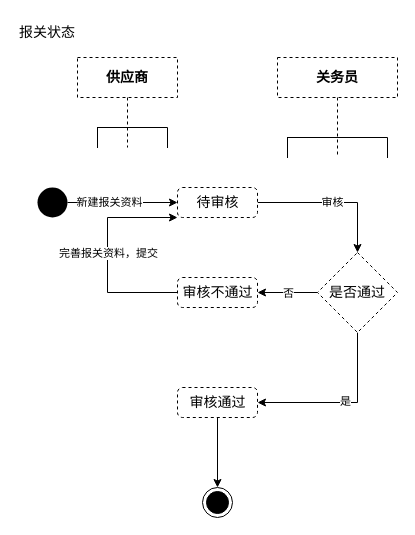
This is page "报关资料状态" (8 of 10) of shrine-doc/进区预约系统.drawio from easefulfil/CLOUDCARE, a draw.io file, before an edit. Source tidied: cells renumbered, new cells numbered last; positions are measured from the earlier drawing's top-left corner, leaving out a move shared by most shapes. Both pictures are drawn from the tidied source at 100%, with x=0, y=0 at pixel (17, 17).
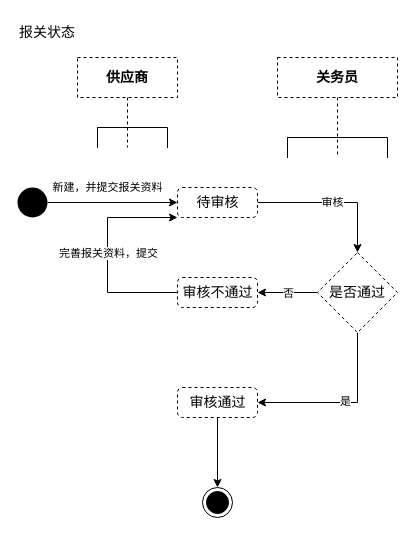
Above is the later version.

The change refers to these unchanged cells:
```xml
<mxCell id="3" value="待审核" style="html=1;align=center;verticalAlign=top;rounded=1;absoluteArcSize=1;arcSize=10;dashed=1;fontSize=14;" parent="1" vertex="1">
  <mxGeometry x="160" y="170" width="80" height="30" as="geometry" />
</mxCell>
```

Change to the diagram source:
```diff
@@
-    <mxCell id="10" value="新建报关资料" style="edgeStyle=orthogonalEdgeStyle;rounded=0;jettySize=auto;html=1;" parent="1" edge="1" source="11" target="3">
-      <mxGeometry x="-0.23" relative="1" as="geometry" />
+    <mxCell id="10" value="新建，并提交报关资料" style="edgeStyle=orthogonalEdgeStyle;rounded=0;jettySize=auto;html=1;" parent="1" edge="1" source="11" target="3">
+      <mxGeometry x="-0.08" y="15" relative="1" as="geometry" />
     </mxCell>
     <mxCell id="11" style="ellipse;fillColor=#000000;strokeColor=none;dashed=1;fontSize=14;" parent="1" vertex="1">
-      <mxGeometry x="20" y="170" width="30" height="30" as="geometry" />
+      <mxGeometry y="170" width="30" height="30" as="geometry" />
     </mxCell>
```
